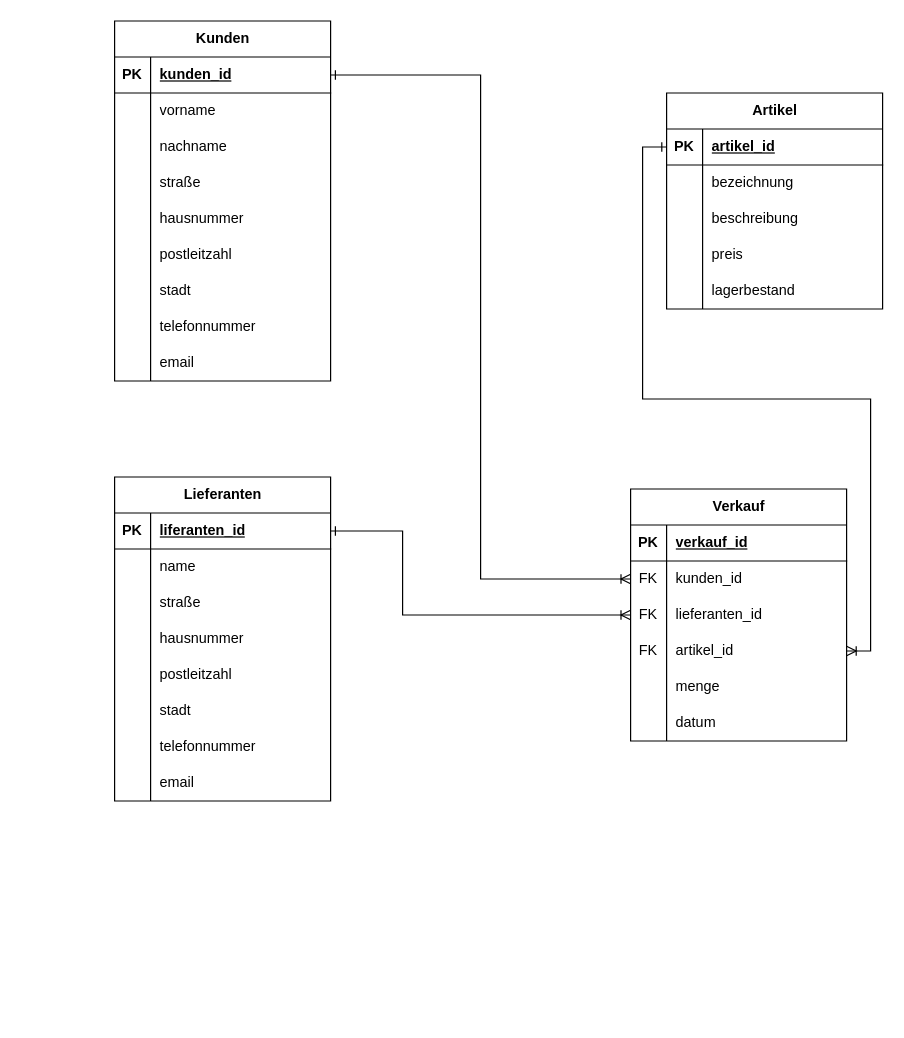
AlieksieienkoDmytro/MySQL-Learning keeps this draw.io diagram as LE-12-01/ER Diagramm.drawio. Above is the earlier version. Source tidied: cells renumbered, new cells numbered last; positions are measured from the earlier drawing's top-left corner, leaving out a move shared by most shapes. Both pictures are drawn from the tidied source at 120%, with x=0, y=0 at pixel (114, 20).
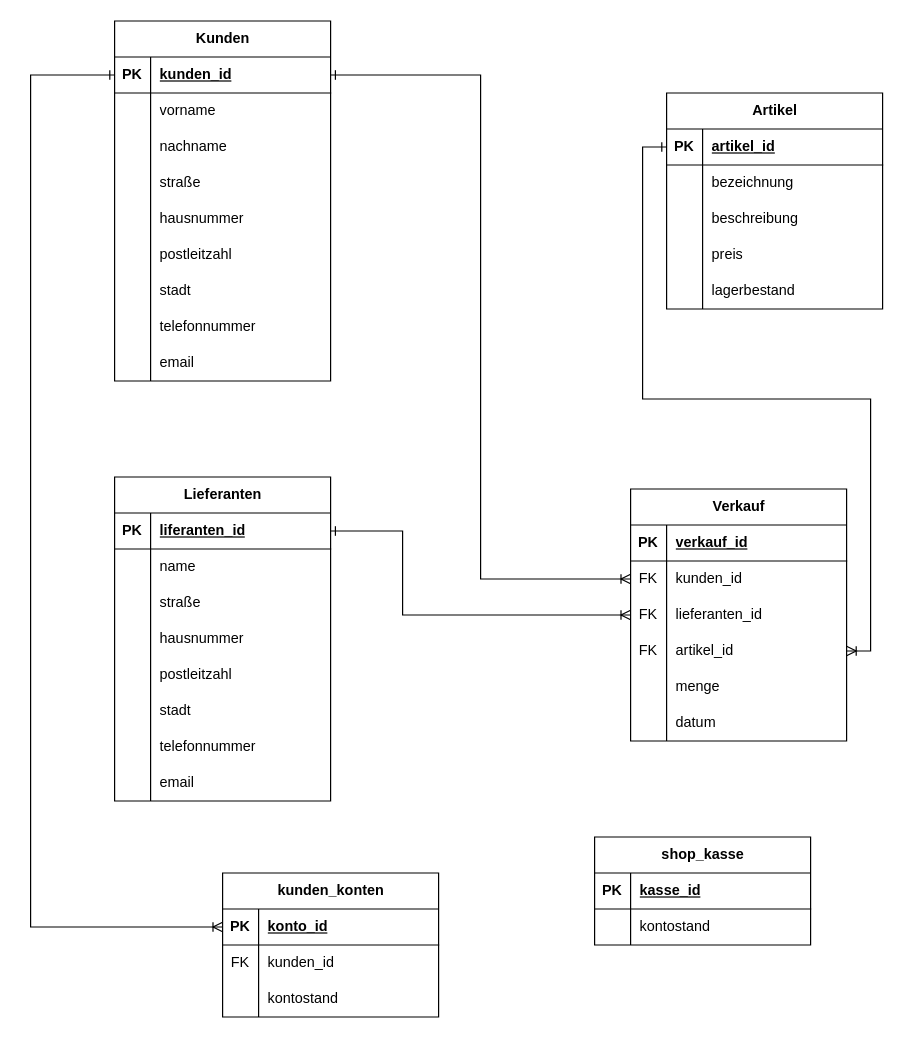
The same diagram, later.

Unchanged cells that the change refers to:
```xml
<mxCell id="3" style="shape=tableRow;horizontal=0;startSize=0;swimlaneHead=0;swimlaneBody=0;fillColor=none;points=[[0,0.5],[1,0.5]];portConstraint=eastwest;top=0;left=0;right=0;bottom=1;" parent="2" vertex="1">
  <mxGeometry y="30" width="180" height="30" as="geometry" />
</mxCell>
```

Diff of the diagram source:
```diff
@@
+    <mxCell id="93" value="kunden_konten" style="shape=table;startSize=30;childLayout=tableLayout;rowLines=0;fontStyle=1;align=center;html=1;" parent="1" vertex="1">
+      <mxGeometry x="90" y="710" width="180" height="120" as="geometry" />
+    </mxCell>
+    <mxCell id="94" style="shape=tableRow;horizontal=0;startSize=0;swimlaneHead=0;swimlaneBody=0;fillColor=none;points=[[0,0.5],[1,0.5]];portConstraint=eastwest;top=0;left=0;right=0;bottom=1;" parent="93" vertex="1">
+      <mxGeometry y="30" width="180" height="30" as="geometry" />
+    </mxCell>
+    <mxCell id="95" value="PK" style="shape=partialRectangle;fillColor=none;top=0;left=0;bottom=0;right=0;fontStyle=1;overflow=hidden;whiteSpace=wrap;html=1;" parent="94" vertex="1">
+      <mxGeometry width="30" height="30" as="geometry" />
+    </mxCell>
+    <mxCell id="96" value="konto_id" style="shape=partialRectangle;fillColor=none;top=0;left=0;bottom=0;right=0;align=left;spacingLeft=6;fontStyle=5;overflow=hidden;whiteSpace=wrap;html=1;" parent="94" vertex="1">
+      <mxGeometry x="30" width="150" height="30" as="geometry" />
+    </mxCell>
+    <mxCell id="97" style="shape=tableRow;horizontal=0;startSize=0;swimlaneHead=0;swimlaneBody=0;fillColor=none;top=0;left=0;right=0;bottom=0;" parent="93" vertex="1">
+      <mxGeometry y="60" width="180" height="30" as="geometry" />
+    </mxCell>
+    <mxCell id="98" value="FK" style="shape=partialRectangle;fillColor=none;top=0;left=0;bottom=0;right=0;overflow=hidden;whiteSpace=wrap;html=1;" parent="97" vertex="1">
+      <mxGeometry width="30" height="30" as="geometry" />
+    </mxCell>
+    <mxCell id="99" value="kunden_id" style="shape=partialRectangle;fillColor=none;top=0;left=0;bottom=0;right=0;align=left;spacingLeft=6;overflow=hidden;whiteSpace=wrap;html=1;" parent="97" vertex="1">
+      <mxGeometry x="30" width="150" height="30" as="geometry" />
+    </mxCell>
+    <mxCell id="100" style="shape=tableRow;horizontal=0;startSize=0;swimlaneHead=0;swimlaneBody=0;fillColor=none;top=0;left=0;right=0;bottom=0;" parent="93" vertex="1">
+      <mxGeometry y="90" width="180" height="30" as="geometry" />
+    </mxCell>
+    <mxCell id="101" style="shape=partialRectangle;fillColor=none;top=0;left=0;bottom=0;right=0;overflow=hidden;whiteSpace=wrap;html=1;" parent="100" vertex="1">
+      <mxGeometry width="30" height="30" as="geometry" />
+    </mxCell>
+    <mxCell id="102" value="kontostand" style="shape=partialRectangle;fillColor=none;top=0;left=0;bottom=0;right=0;align=left;spacingLeft=6;overflow=hidden;whiteSpace=wrap;html=1;" parent="100" vertex="1">
+      <mxGeometry x="30" width="150" height="30" as="geometry" />
+    </mxCell>
+    <mxCell id="103" value="shop_kasse" style="shape=table;startSize=30;childLayout=tableLayout;rowLines=0;fontStyle=1;align=center;html=1;" parent="1" vertex="1">
+      <mxGeometry x="400" y="680" width="180" height="90" as="geometry" />
+    </mxCell>
+    <mxCell id="104" style="shape=tableRow;horizontal=0;startSize=0;swimlaneHead=0;swimlaneBody=0;fillColor=none;top=0;left=0;right=0;bottom=1;" parent="103" vertex="1">
+      <mxGeometry y="30" width="180" height="30" as="geometry" />
+    </mxCell>
+    <mxCell id="105" value="PK" style="shape=partialRectangle;fillColor=none;top=0;left=0;bottom=0;right=0;fontStyle=1;overflow=hidden;whiteSpace=wrap;html=1;" parent="104" vertex="1">
+      <mxGeometry width="30" height="30" as="geometry" />
+    </mxCell>
+    <mxCell id="106" value="kasse_id" style="shape=partialRectangle;fillColor=none;top=0;left=0;bottom=0;right=0;align=left;spacingLeft=6;fontStyle=5;overflow=hidden;whiteSpace=wrap;html=1;" parent="104" vertex="1">
+      <mxGeometry x="30" width="150" height="30" as="geometry" />
+    </mxCell>
+    <mxCell id="107" style="shape=tableRow;horizontal=0;startSize=0;swimlaneHead=0;swimlaneBody=0;fillColor=none;top=0;left=0;right=0;bottom=0;" parent="103" vertex="1">
+      <mxGeometry y="60" width="180" height="30" as="geometry" />
+    </mxCell>
+    <mxCell id="108" style="shape=partialRectangle;fillColor=none;top=0;left=0;bottom=0;right=0;overflow=hidden;whiteSpace=wrap;html=1;" parent="107" vertex="1">
+      <mxGeometry width="30" height="30" as="geometry" />
+    </mxCell>
+    <mxCell id="109" value="kontostand" style="shape=partialRectangle;fillColor=none;top=0;left=0;bottom=0;right=0;align=left;spacingLeft=6;overflow=hidden;whiteSpace=wrap;html=1;" parent="107" vertex="1">
+      <mxGeometry x="30" width="150" height="30" as="geometry" />
+    </mxCell>
+    <mxCell id="110" style="edgeStyle=orthogonalEdgeStyle;rounded=0;jettySize=auto;html=1;entryX=0;entryY=0.5;entryDx=0;entryDy=0;endArrow=ERoneToMany;endFill=0;startArrow=ERone;startFill=0;" parent="1" edge="1" source="3" target="94">
+      <mxGeometry relative="1" as="geometry">
+        <Array as="points">
+          <mxPoint x="-70" y="45" />
+          <mxPoint x="-70" y="755" />
+        </Array>
+      </mxGeometry>
+    </mxCell>
```
